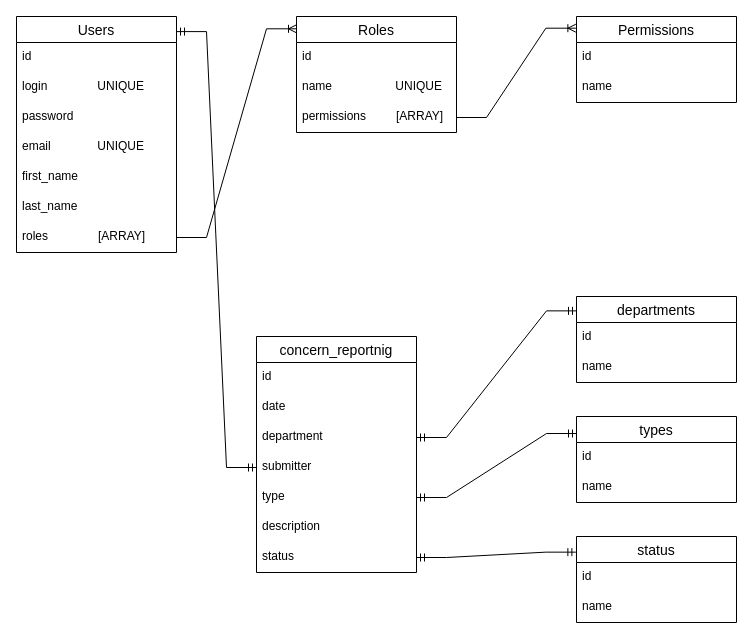
Before: data_base_sheme.drawio in Nutsheil/my_site, a draw.io diagram. Source tidied: cells renumbered, new cells numbered last; positions are measured from the earlier drawing's top-left corner, leaving out a move shared by most shapes. Both pictures are drawn from the tidied source at 100%, with x=0, y=0 at pixel (16, 16).
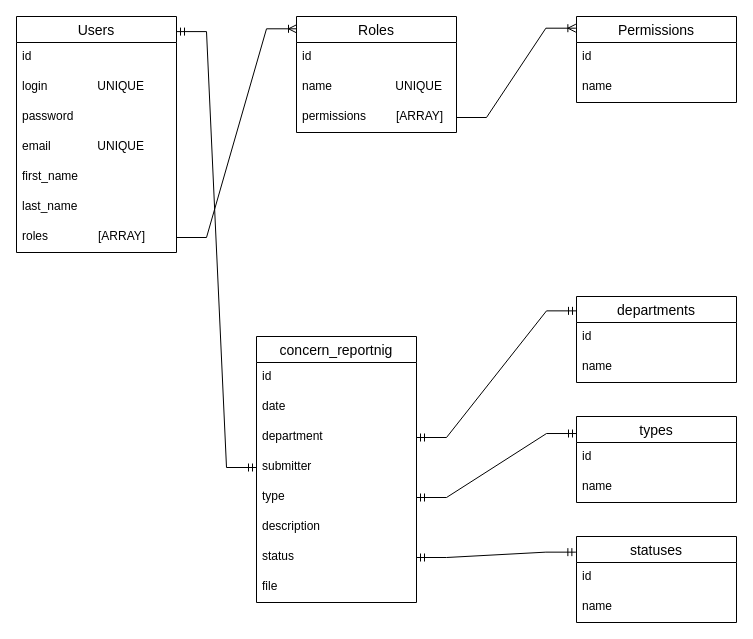
Above is the later version.

What changed in the source:
```diff
@@
     <mxCell id="19" value="concern_reportnig" style="swimlane;fontStyle=0;horizontal=1;startSize=26;align=center;fontSize=14;" parent="1" vertex="1">
-      <mxGeometry x="240" y="320" width="160" height="236" as="geometry" />
+      <mxGeometry x="240" y="320" width="160" height="266" as="geometry" />
     </mxCell>
@@
+    <mxCell id="40" value="file" style="text;strokeColor=none;fillColor=none;spacingLeft=4;spacingRight=4;overflow=hidden;fontSize=12;" parent="19" vertex="1">
+      <mxGeometry y="236" width="160" height="30" as="geometry" />
+    </mxCell>
@@
-    <mxCell id="33" value="status" style="swimlane;fontStyle=0;horizontal=1;startSize=26;align=center;fontSize=14;" parent="1" vertex="1">
+    <mxCell id="33" value="statuses" style="swimlane;fontStyle=0;horizontal=1;startSize=26;align=center;fontSize=14;" parent="1" vertex="1">
       <mxGeometry x="560" y="520" width="160" height="86" as="geometry" />
     </mxCell>
```
